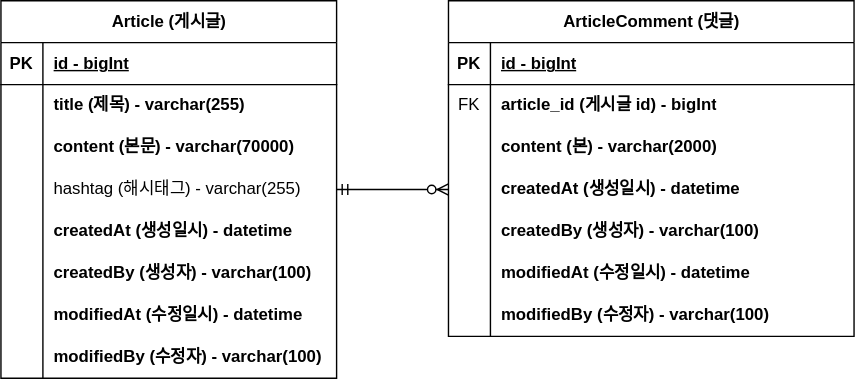
Before: document/project-board-erd.svg, a diagram exported from draw.io (raagdol/springboot-noticeboard). Source tidied: cells renumbered, new cells last; positions are measured from the earlier drawing's top-left corner, leaving out a move shared by most shapes.
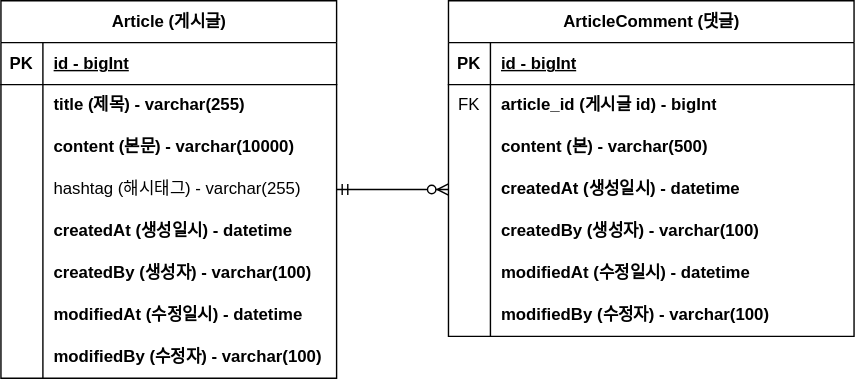
The same file after the commit.

Commit message:
#10 - erd 업데이트: content 사이즈 변경

Diff of the diagram source:
```diff
@@ -29,7 +29,7 @@
     <mxCell id="10" style="shape=partialRectangle;fillColor=none;top=0;left=0;bottom=0;right=0;overflow=hidden;whiteSpace=wrap;html=1;" parent="9" vertex="1">
       <mxGeometry width="30" height="30" as="geometry" />
     </mxCell>
-    <mxCell id="11" value="content (본문) - varchar(70000)" style="shape=partialRectangle;fillColor=none;top=0;left=0;bottom=0;right=0;align=left;spacingLeft=6;overflow=hidden;whiteSpace=wrap;html=1;fontStyle=1;" parent="9" vertex="1">
+    <mxCell id="11" value="content (본문) - varchar(10000)" style="shape=partialRectangle;fillColor=none;top=0;left=0;bottom=0;right=0;align=left;spacingLeft=6;overflow=hidden;whiteSpace=wrap;html=1;fontStyle=1;" parent="9" vertex="1">
       <mxGeometry x="30" width="210" height="30" as="geometry" />
     </mxCell>
     <mxCell id="12" style="shape=tableRow;horizontal=0;startSize=0;swimlaneHead=0;swimlaneBody=0;fillColor=none;points=[[0,0.5],[1,0.5]];portConstraint=eastwest;top=0;left=0;right=0;bottom=0;" parent="2" vertex="1">
@@ -104,7 +104,7 @@
     <mxCell id="35" style="shape=partialRectangle;fillColor=none;top=0;left=0;bottom=0;right=0;overflow=hidden;whiteSpace=wrap;html=1;" parent="34" vertex="1">
       <mxGeometry width="30" height="30" as="geometry" />
     </mxCell>
-    <mxCell id="36" value="content (본) - varchar(2000)" style="shape=partialRectangle;fillColor=none;top=0;left=0;bottom=0;right=0;align=left;spacingLeft=6;overflow=hidden;whiteSpace=wrap;html=1;fontStyle=1;" parent="34" vertex="1">
+    <mxCell id="36" value="content (본) - varchar(500)" style="shape=partialRectangle;fillColor=none;top=0;left=0;bottom=0;right=0;align=left;spacingLeft=6;overflow=hidden;whiteSpace=wrap;html=1;fontStyle=1;" parent="34" vertex="1">
       <mxGeometry x="30" width="260" height="30" as="geometry" />
     </mxCell>
     <mxCell id="37" style="shape=tableRow;horizontal=0;startSize=0;swimlaneHead=0;swimlaneBody=0;fillColor=none;points=[[0,0.5],[1,0.5]];portConstraint=eastwest;top=0;left=0;right=0;bottom=0;" parent="27" vertex="1">
```
